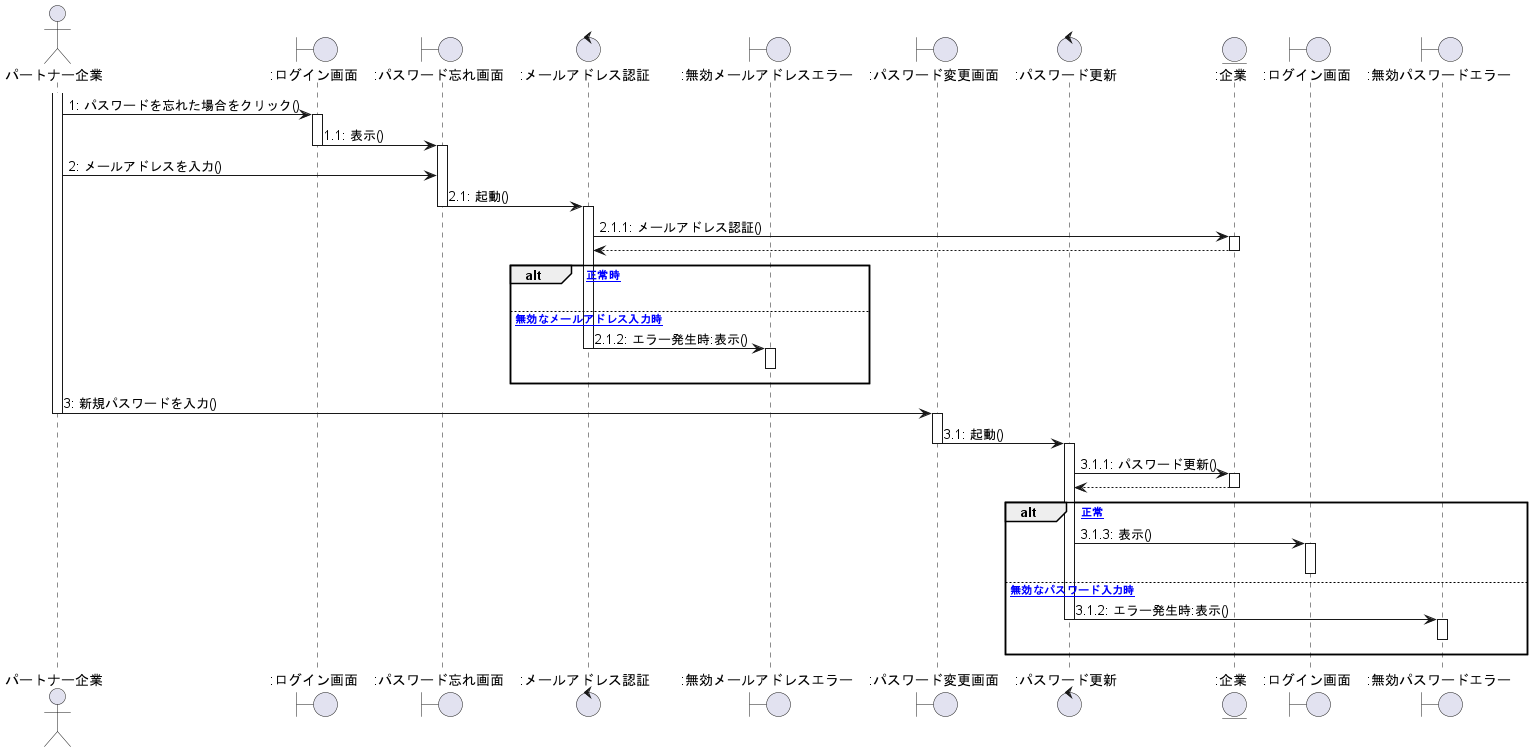
Above: out/client_sequence/パスワード変更.png in ksw2270227/GroupF (PlantUML), before the change. Its diagram source:
```plantuml
@startuml パスワード変更

actor パートナー企業 as 0
Boundary ":ログイン画面" as a
Boundary ":パスワード忘れ画面" as b
Control ":メールアドレス認証" as c
Boundary ":無効メールアドレスエラー" as h
Boundary ":パスワード変更画面" as d
Control ":パスワード更新" as e
Entity ":企業" as en
Boundary ":ログイン画面" as f
Boundary ":無効パスワードエラー" as g


activate 0
0 -> a : 1: パスワードを忘れた場合をクリック()

activate a
a -> b : 1.1: 表示()
deactivate a
activate b


0 -> b : 2: メールアドレスを入力()

b -> c : 2.1: 起動()
deactivate b

activate c
c -> en : 2.1.1: メールアドレス認証()
activate en
en --> c
deactivate en

alt [正常時]
h -[hidden]-> h

else [無効なメールアドレス入力時]
c -> h : 2.1.2: エラー発生時:表示()
deactivate c
activate h
h -[hidden]-> h
deactivate h
end


0 -> d  : 3: 新規パスワードを入力()
deactivate 0

activate d
d -> e : 3.1: 起動()
deactivate d
activate e

e -> en : 3.1.1: パスワード更新()
activate en
en --> e
deactivate en

alt [正常]
e -> f : 3.1.3: 表示()
activate f
deactivate f
deactivate g

else [無効なパスワード入力時]
e -> g : 3.1.2: エラー発生時:表示()
deactivate e
activate g
g -[hidden]-> g
deactivate g

end

@enduml
```
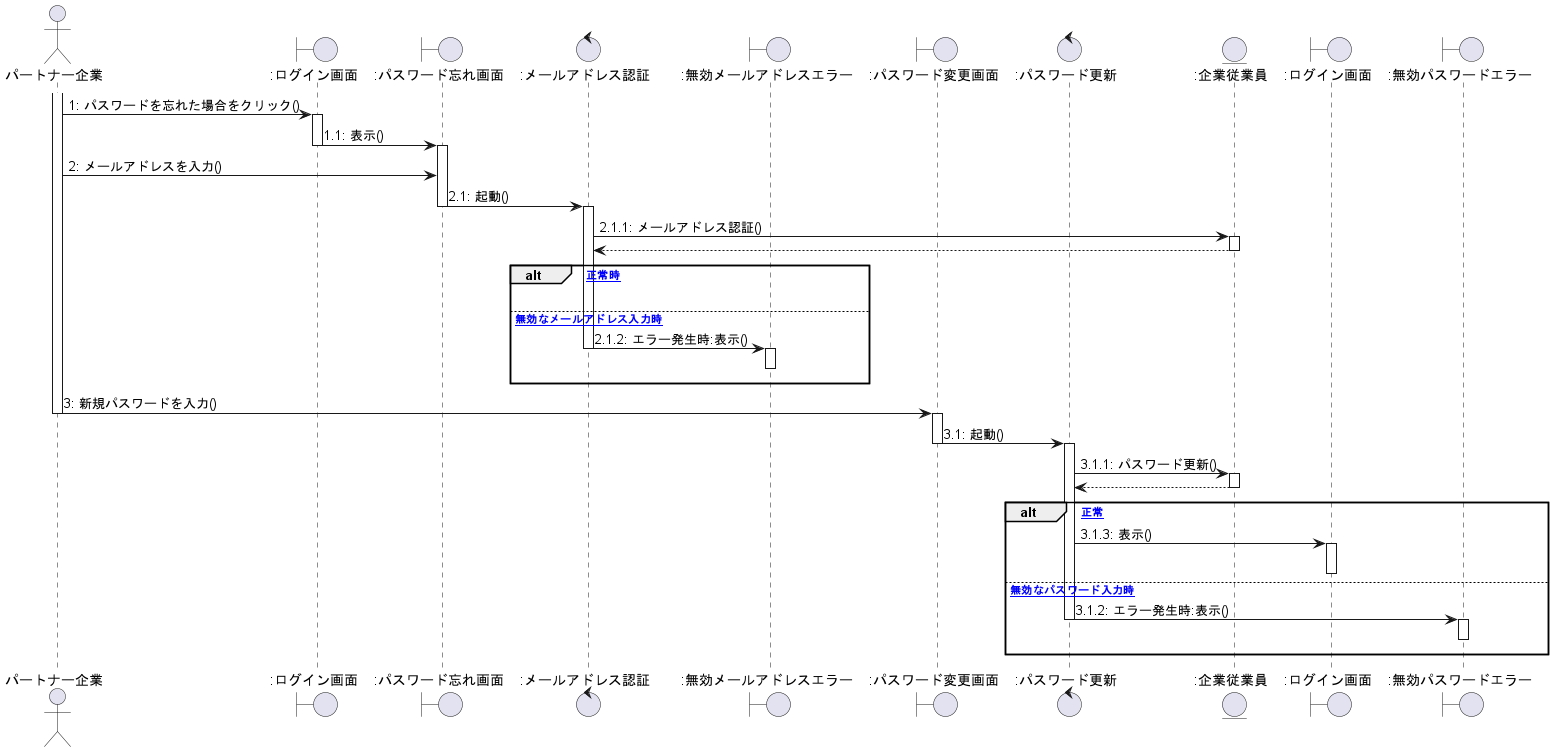
After the commit.

The edit, as a diff of the source:
```diff
@@ -7,7 +7,7 @@
 Boundary ":無効メールアドレスエラー" as h
 Boundary ":パスワード変更画面" as d
 Control ":パスワード更新" as e
-Entity ":企業" as en
+Entity ":企業従業員" as en
 Boundary ":ログイン画面" as f
 Boundary ":無効パスワードエラー" as g
 
```
